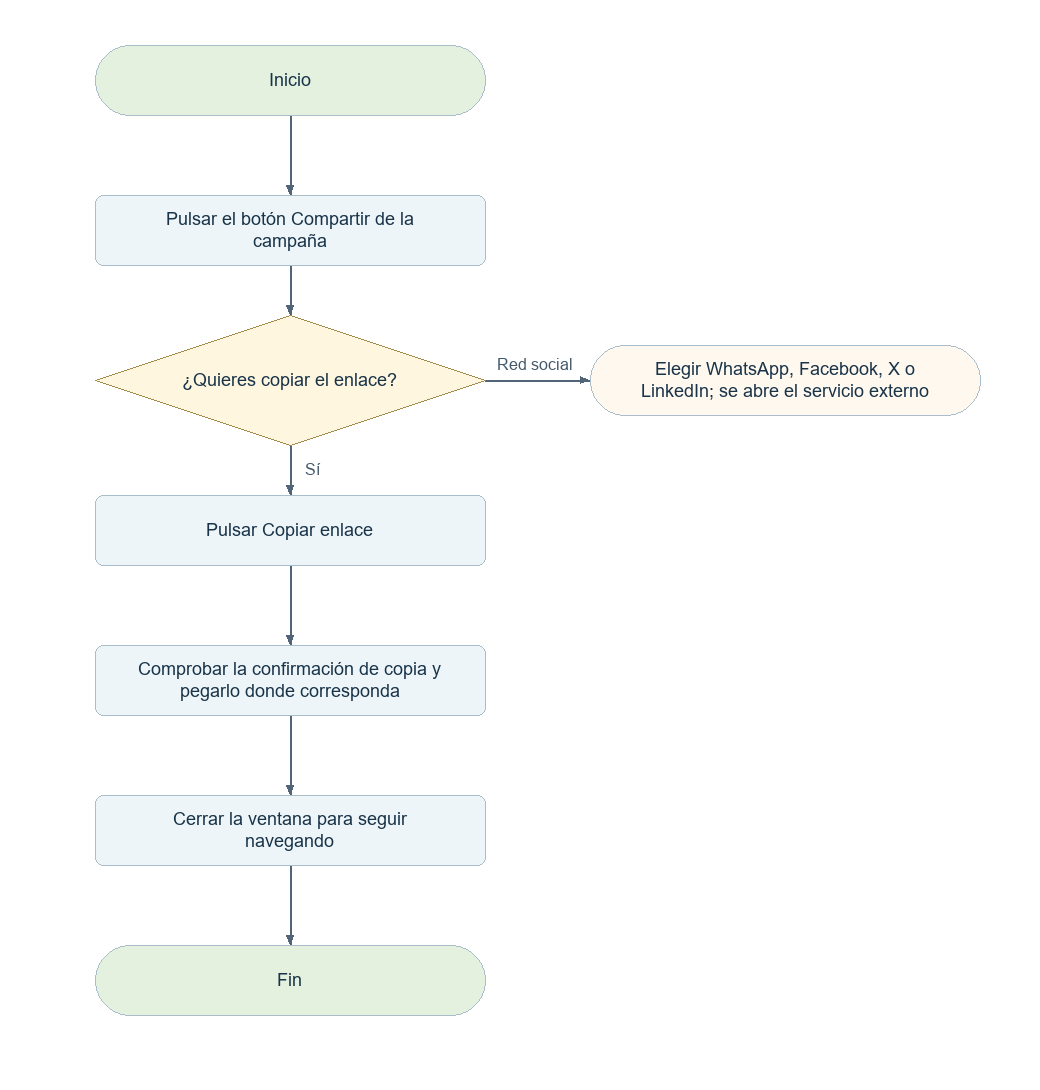
Above: docs/diagramas-web/png/V05.png in elingeyesdev/t3-crowdfunding-inversion (Mermaid), before the change. Its source is kept beside it as docs/diagramas-web/mermaid/V05.mmd. Source of this version:
```mermaid
flowchart TD
  N0(["Inicio"])
  N0 --> N1
  N1["Pulsar el botón Compartir de la campaña"]
  N1 --> N2
  N2{"¿Quieres copiar el enlace?"}
  N2 -->|"Sí"| N3
  B2(["Elegir WhatsApp, Facebook, X o LinkedIn; se abre el servicio externo"])
  N2 -->|"Red social"| B2
  N3["Pulsar Copiar enlace"]
  N3 --> N4
  N4["Comprobar la confirmación de copia y pegarlo donde corresponda"]
  N4 --> N5
  N5["Cerrar la ventana para seguir navegando"]
  N5 --> N6
  N6(["Fin"])
```
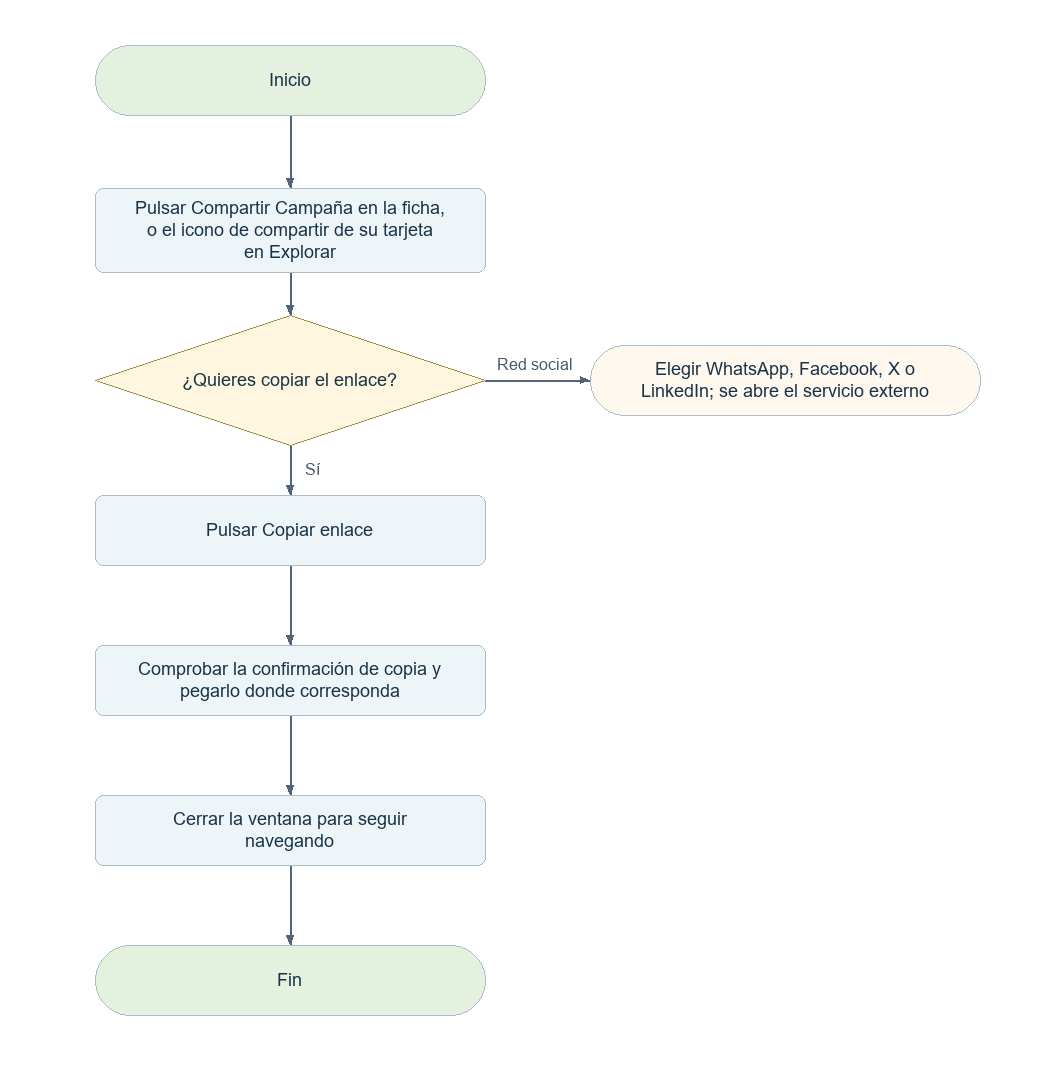
After the commit.

What changed in the source:
```diff
@@ -1,7 +1,7 @@
 flowchart TD
   N0(["Inicio"])
   N0 --> N1
-  N1["Pulsar el botón Compartir de la campaña"]
+  N1["Pulsar Compartir Campaña en la ficha, o el icono de compartir de su tarjeta en Explorar"]
   N1 --> N2
   N2{"¿Quieres copiar el enlace?"}
   N2 -->|"Sí"| N3
```
